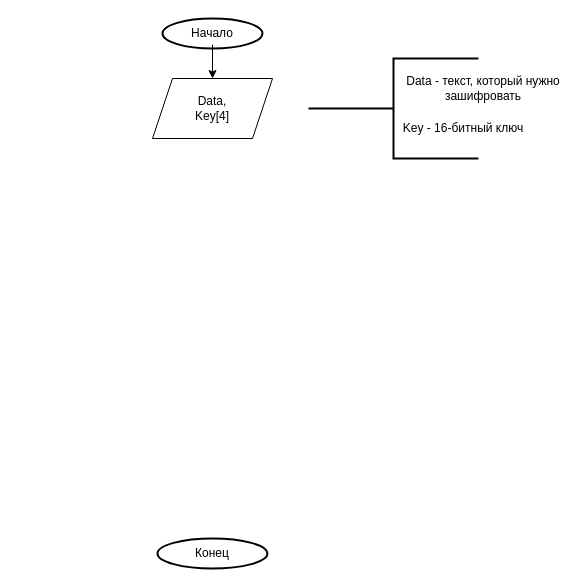
EvAnGEL0/databases keeps this draw.io diagram as Блок_схема_шифрования TEA.drawio. Above is the earlier version. Source tidied: cells renumbered, new cells numbered last; positions are measured from the earlier drawing's top-left corner, leaving out a move shared by most shapes. Both pictures are drawn from the tidied source at 100%, with x=0, y=0 at pixel (152, 18).
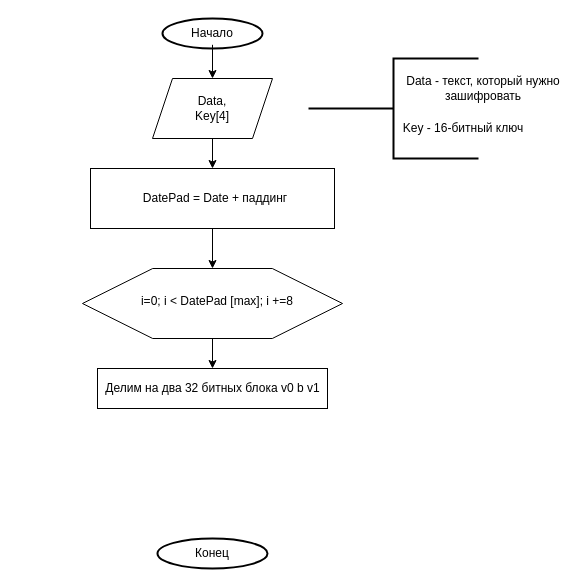
After the change.

The change refers to these unchanged cells:
```xml
<mxCell id="9" style="shape=parallelogram;perimeter=parallelogramPerimeter;whiteSpace=wrap;html=1;fixedSize=1;" parent="8" vertex="1">
  <mxGeometry width="120" height="60" as="geometry" />
</mxCell>
```

Diff of the diagram source:
```diff
@@
+    <mxCell id="15" style="group;" parent="1" vertex="1">
+      <mxGeometry x="10" y="250" width="180" height="70" as="geometry" />
+    </mxCell>
+    <mxCell id="16" style="verticalLabelPosition=bottom;verticalAlign=top;html=1;shape=hexagon;perimeter=hexagonPerimeter2;arcSize=6;size=0.27;" parent="15" vertex="1">
+      <mxGeometry x="-80" width="260" height="70" as="geometry" />
+    </mxCell>
+    <mxCell id="17" value="i=0; i &amp;lt; DatePad [max]; i +=8" style="text;html=1;whiteSpace=wrap;strokeColor=none;fillColor=none;align=center;verticalAlign=middle;rounded=0;" parent="15" vertex="1">
+      <mxGeometry x="-60" y="15" width="230" height="35" as="geometry" />
+    </mxCell>
+    <mxCell id="18" style="edgeStyle=orthogonalEdgeStyle;rounded=0;jettySize=auto;html=1;exitX=0.5;exitY=1;exitDx=0;exitDy=0;entryX=0.5;entryY=0;entryDx=0;entryDy=0;" parent="1" edge="1" source="9" target="20">
+      <mxGeometry relative="1" as="geometry" />
+    </mxCell>
+    <mxCell id="19" style="group;" parent="1" vertex="1">
+      <mxGeometry x="-62" y="150" width="244" height="60" as="geometry" />
+    </mxCell>
+    <mxCell id="20" style="rounded=0;whiteSpace=wrap;html=1;" parent="19" vertex="1">
+      <mxGeometry width="244" height="60" as="geometry" />
+    </mxCell>
+    <mxCell id="21" value="DatePad = Date + паддинг" style="text;html=1;whiteSpace=wrap;strokeColor=none;fillColor=none;align=center;verticalAlign=middle;rounded=0;" parent="19" vertex="1">
+      <mxGeometry x="10" y="15" width="230" height="30" as="geometry" />
+    </mxCell>
+    <mxCell id="22" style="edgeStyle=orthogonalEdgeStyle;rounded=0;jettySize=auto;html=1;exitX=0.5;exitY=1;exitDx=0;exitDy=0;entryX=0.5;entryY=0;entryDx=0;entryDy=0;" parent="1" edge="1" source="20" target="16">
+      <mxGeometry relative="1" as="geometry" />
+    </mxCell>
+    <mxCell id="23" style="edgeStyle=orthogonalEdgeStyle;rounded=0;jettySize=auto;html=1;" parent="1" edge="1" source="16" target="25">
+      <mxGeometry relative="1" as="geometry" />
+    </mxCell>
+    <mxCell id="24" style="group;" parent="1" vertex="1">
+      <mxGeometry x="-135" y="350" width="390" height="60" as="geometry" />
+    </mxCell>
+    <mxCell id="25" style="whiteSpace=wrap;html=1;verticalAlign=top;arcSize=6;" parent="24" vertex="1">
+      <mxGeometry x="80" width="230" height="40" as="geometry" />
+    </mxCell>
+    <mxCell id="26" value="Делим на два 32 битных блока v0 b v1" style="text;html=1;whiteSpace=wrap;strokeColor=none;fillColor=none;align=center;verticalAlign=middle;rounded=0;" parent="24" vertex="1">
+      <mxGeometry x="78.8" y="5" width="232.5" height="30" as="geometry" />
+    </mxCell>
```
